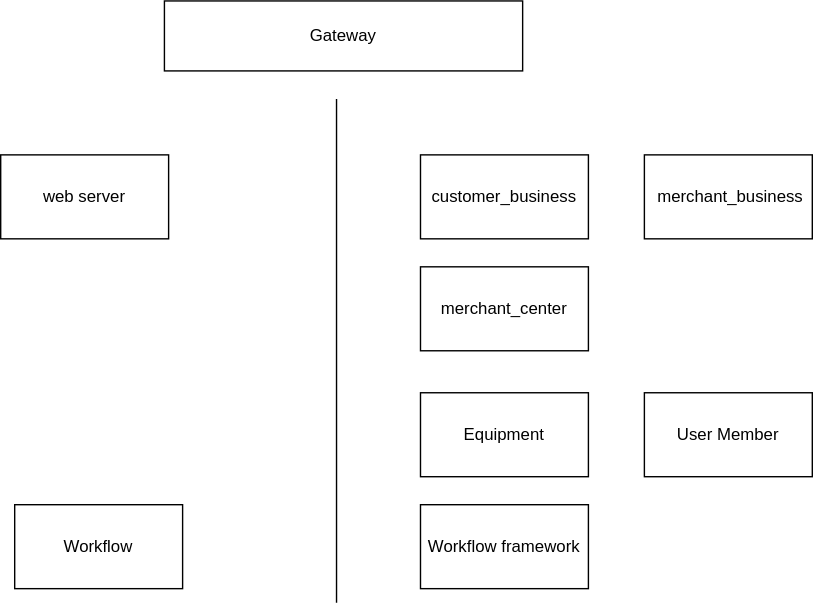
jingwux/diagrams keeps this draw.io diagram as service layer.drawio.svg. Above is the earlier version. Source tidied: cells renumbered, new cells last; positions are measured from the earlier drawing's top-left corner, leaving out a move shared by most shapes.
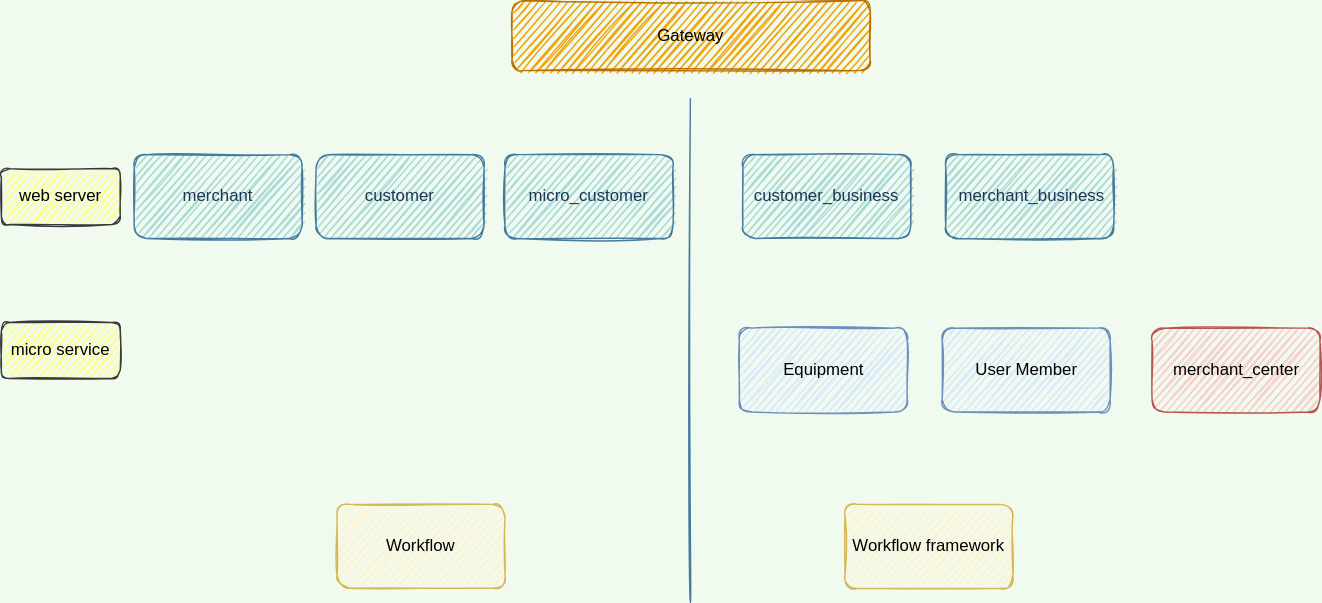
The same diagram one commit later.

What changed in the source:
```diff
@@ -1,39 +1,51 @@
-<mxGraphModel>
+<mxGraphModel background="#F1FAEE">
   <root>
     <mxCell id="0" />
     <mxCell id="1" parent="0" />
-    <mxCell id="2" value="Workflow" style="rounded=0;whiteSpace=wrap;html=1;" parent="1" vertex="1">
-      <mxGeometry x="10" y="360" width="120" height="60" as="geometry" />
+    <mxCell id="2" value="Workflow" style="whiteSpace=wrap;html=1;fillColor=#fff2cc;strokeColor=#d6b656;sketch=1;rounded=1;" parent="1" vertex="1">
+      <mxGeometry x="135" y="370" width="120" height="60" as="geometry" />
     </mxCell>
-    <mxCell id="3" style="endArrow=none;html=1;rounded=0;" parent="1" edge="1">
+    <mxCell id="3" style="endArrow=none;html=1;labelBackgroundColor=#F1FAEE;strokeColor=#457B9D;fontColor=#1D3557;sketch=1;curved=1;" parent="1" edge="1">
       <mxGeometry relative="1" as="geometry">
-        <mxPoint x="240" y="430" as="sourcePoint" />
-        <mxPoint x="240" y="70" as="targetPoint" />
+        <mxPoint x="387.5" y="440" as="sourcePoint" />
+        <mxPoint x="387.5" y="80" as="targetPoint" />
       </mxGeometry>
     </mxCell>
-    <mxCell id="4" value="Workflow framework" style="rounded=0;whiteSpace=wrap;html=1;" parent="1" vertex="1">
-      <mxGeometry x="300" y="360" width="120" height="60" as="geometry" />
+    <mxCell id="4" value="Workflow framework" style="whiteSpace=wrap;html=1;fillColor=#fff2cc;strokeColor=#d6b656;sketch=1;rounded=1;" parent="1" vertex="1">
+      <mxGeometry x="498" y="370" width="120" height="60" as="geometry" />
     </mxCell>
-    <mxCell id="5" value="web server" style="rounded=0;whiteSpace=wrap;html=1;" parent="1" vertex="1">
-      <mxGeometry y="110" width="120" height="60" as="geometry" />
+    <mxCell id="5" value="web server" style="whiteSpace=wrap;html=1;sketch=1;rounded=1;fillColor=#ffff88;strokeColor=#36393d;" parent="1" vertex="1">
+      <mxGeometry x="-105" y="130" width="85" height="40" as="geometry" />
     </mxCell>
-    <mxCell id="6" value="Equipment" style="rounded=0;whiteSpace=wrap;html=1;" parent="1" vertex="1">
-      <mxGeometry x="300" y="280" width="120" height="60" as="geometry" />
+    <mxCell id="6" value="Equipment" style="whiteSpace=wrap;html=1;fillColor=#dae8fc;strokeColor=#6c8ebf;sketch=1;rounded=1;" parent="1" vertex="1">
+      <mxGeometry x="422.5" y="244" width="120" height="60" as="geometry" />
     </mxCell>
-    <mxCell id="7" value="User Member" style="rounded=0;whiteSpace=wrap;html=1;" parent="1" vertex="1">
-      <mxGeometry x="460" y="280" width="120" height="60" as="geometry" />
+    <mxCell id="7" value="User Member" style="whiteSpace=wrap;html=1;fillColor=#dae8fc;strokeColor=#6c8ebf;sketch=1;rounded=1;" parent="1" vertex="1">
+      <mxGeometry x="567.5" y="244" width="120" height="60" as="geometry" />
     </mxCell>
-    <mxCell id="8" value="merchant_center" style="rounded=0;whiteSpace=wrap;html=1;" parent="1" vertex="1">
-      <mxGeometry x="300" y="190" width="120" height="60" as="geometry" />
+    <mxCell id="8" value="merchant_center" style="whiteSpace=wrap;html=1;fillColor=#f8cecc;strokeColor=#b85450;sketch=1;rounded=1;" parent="1" vertex="1">
+      <mxGeometry x="717.5" y="244" width="120" height="60" as="geometry" />
     </mxCell>
-    <mxCell id="9" value="customer_business" style="rounded=0;whiteSpace=wrap;html=1;" parent="1" vertex="1">
-      <mxGeometry x="300" y="110" width="120" height="60" as="geometry" />
+    <mxCell id="9" value="customer_business" style="whiteSpace=wrap;html=1;fillColor=#A8DADC;strokeColor=#457B9D;fontColor=#1D3557;sketch=1;rounded=1;" parent="1" vertex="1">
+      <mxGeometry x="425" y="120" width="120" height="60" as="geometry" />
     </mxCell>
-    <mxCell id="10" value="&amp;nbsp;merchant_business" style="rounded=0;whiteSpace=wrap;html=1;" parent="1" vertex="1">
-      <mxGeometry x="460" y="110" width="120" height="60" as="geometry" />
+    <mxCell id="10" value="&amp;nbsp;merchant_business" style="whiteSpace=wrap;html=1;fillColor=#A8DADC;strokeColor=#457B9D;fontColor=#1D3557;sketch=1;rounded=1;" parent="1" vertex="1">
+      <mxGeometry x="570" y="120" width="120" height="60" as="geometry" />
     </mxCell>
-    <mxCell id="11" value="Gateway" style="rounded=0;whiteSpace=wrap;html=1;" parent="1" vertex="1">
-      <mxGeometry x="117" width="256" height="50" as="geometry" />
+    <mxCell id="11" value="Gateway" style="whiteSpace=wrap;html=1;fillColor=#f0a30a;strokeColor=#BD7000;sketch=1;rounded=1;fontColor=#000000;" parent="1" vertex="1">
+      <mxGeometry x="260" y="10" width="256" height="50" as="geometry" />
     </mxCell>
+    <mxCell id="12" value="micro service" style="whiteSpace=wrap;html=1;fillColor=#ffff88;strokeColor=#36393d;sketch=1;rounded=1;" parent="1" vertex="1">
+      <mxGeometry x="-105" y="240" width="85" height="40" as="geometry" />
+    </mxCell>
+    <mxCell id="13" value="merchant" style="whiteSpace=wrap;html=1;fillColor=#A8DADC;strokeColor=#457B9D;fontColor=#1D3557;sketch=1;rounded=1;" parent="1" vertex="1">
+      <mxGeometry x="-10" y="120" width="120" height="60" as="geometry" />
+    </mxCell>
+    <mxCell id="14" value="customer" style="whiteSpace=wrap;html=1;fillColor=#A8DADC;strokeColor=#457B9D;fontColor=#1D3557;sketch=1;rounded=1;" parent="1" vertex="1">
+      <mxGeometry x="120" y="120" width="120" height="60" as="geometry" />
+    </mxCell>
+    <mxCell id="15" value="micro_customer" style="whiteSpace=wrap;html=1;fillColor=#A8DADC;strokeColor=#457B9D;fontColor=#1D3557;sketch=1;rounded=1;" parent="1" vertex="1">
+      <mxGeometry x="255" y="120" width="120" height="60" as="geometry" />
+    </mxCell>
   </root>
 </mxGraphModel>
```
